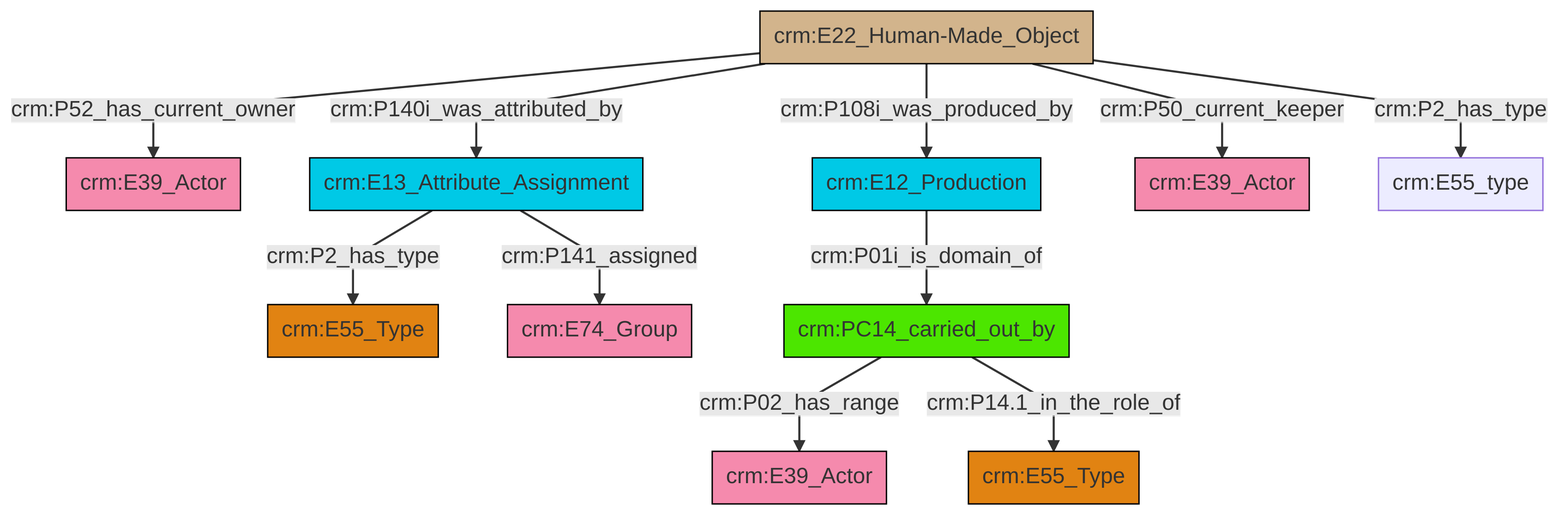
The Mermaid diagram et/artworkCSV/ttl/mmd/png/Artwork_Actor_Relations.png in swiss-art-research-net/docs.swissartresearch, before a commit. Its source is kept beside it as et/artworkCSV/ttl/mmd/Artwork_Actor_Relations.ttl.mmd.
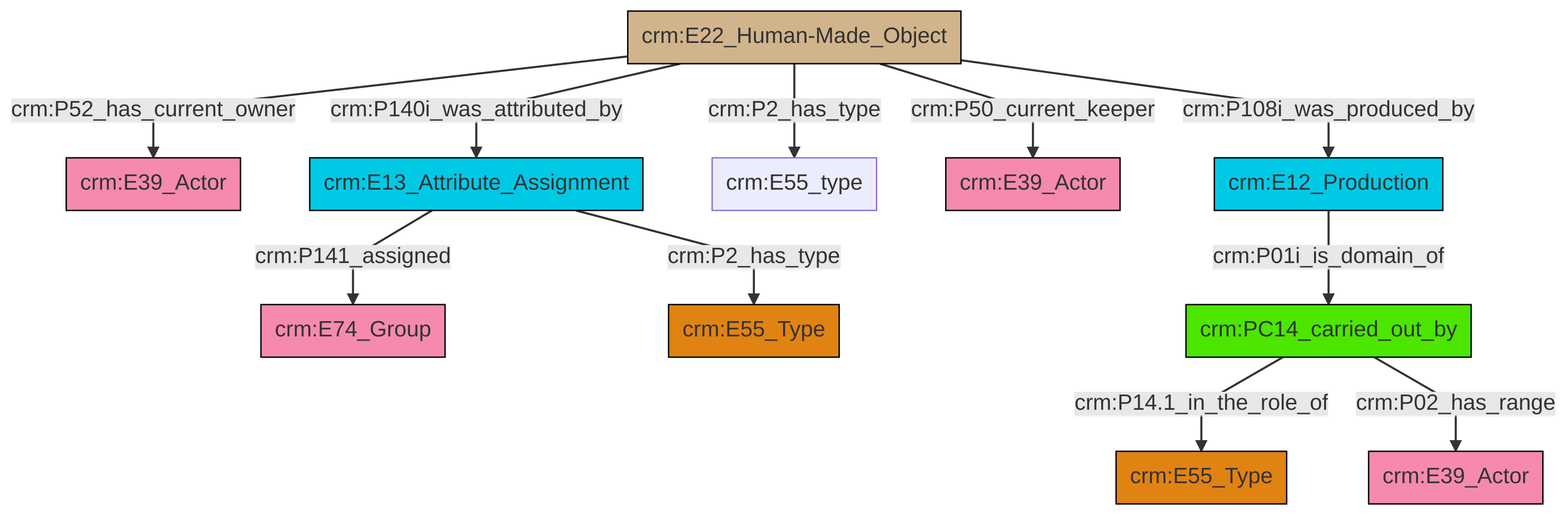
The same diagram one commit later.

Diff of the diagram source:
```diff
@@ -13,13 +13,13 @@
 classDef PC_Classes fill:#4ce600, stroke:#000000;
 classDef Multi fill:#cccccc,stroke:#000000;
 
-0["crm:E13_Attribute_Assignment"]:::Temporal_Entity -->|crm:P2_has_type| 1["crm:E55_Type"]:::Type
-2["crm:PC14_carried_out_by"]:::PC_Classes -->|crm:P02_has_range| 6["crm:E39_Actor"]:::Actor
-0["crm:E13_Attribute_Assignment"]:::Temporal_Entity -->|crm:P141_assigned| 9["crm:E74_Group"]:::Actor
-15["crm:E22_Human-Made_Object"]:::Physical_Thing -->|crm:P52_has_current_owner| 10["crm:E39_Actor"]:::Actor
-2["crm:PC14_carried_out_by"]:::PC_Classes -->|crm:P14.1_in_the_role_of| 13["crm:E55_Type"]:::Type
-15["crm:E22_Human-Made_Object"]:::Physical_Thing -->|crm:P140i_was_attributed_by| 0["crm:E13_Attribute_Assignment"]:::Temporal_Entity
-18["crm:E12_Production"]:::Temporal_Entity -->|crm:P01i_is_domain_of| 2["crm:PC14_carried_out_by"]:::PC_Classes
-15["crm:E22_Human-Made_Object"]:::Physical_Thing -->|crm:P108i_was_produced_by| 18["crm:E12_Production"]:::Temporal_Entity
-15["crm:E22_Human-Made_Object"]:::Physical_Thing -->|crm:P50_current_keeper| 4["crm:E39_Actor"]:::Actor
-15["crm:E22_Human-Made_Object"]:::Physical_Thing -->|crm:P2_has_type| 7["crm:E55_type"]:::Default
+2["crm:E12_Production"]:::Temporal_Entity -->|crm:P01i_is_domain_of| 3["crm:PC14_carried_out_by"]:::PC_Classes
+4["crm:E13_Attribute_Assignment"]:::Temporal_Entity -->|crm:P141_assigned| 0["crm:E74_Group"]:::Actor
+8["crm:E22_Human-Made_Object"]:::Physical_Thing -->|crm:P52_has_current_owner| 9["crm:E39_Actor"]:::Actor
+3["crm:PC14_carried_out_by"]:::PC_Classes -->|crm:P14.1_in_the_role_of| 12["crm:E55_Type"]:::Type
+8["crm:E22_Human-Made_Object"]:::Physical_Thing -->|crm:P140i_was_attributed_by| 4["crm:E13_Attribute_Assignment"]:::Temporal_Entity
+8["crm:E22_Human-Made_Object"]:::Physical_Thing -->|crm:P2_has_type| 10["crm:E55_type"]:::Default
+3["crm:PC14_carried_out_by"]:::PC_Classes -->|crm:P02_has_range| 19["crm:E39_Actor"]:::Actor
+8["crm:E22_Human-Made_Object"]:::Physical_Thing -->|crm:P50_current_keeper| 14["crm:E39_Actor"]:::Actor
+4["crm:E13_Attribute_Assignment"]:::Temporal_Entity -->|crm:P2_has_type| 5["crm:E55_Type"]:::Type
+8["crm:E22_Human-Made_Object"]:::Physical_Thing -->|crm:P108i_was_produced_by| 2["crm:E12_Production"]:::Temporal_Entity
```
